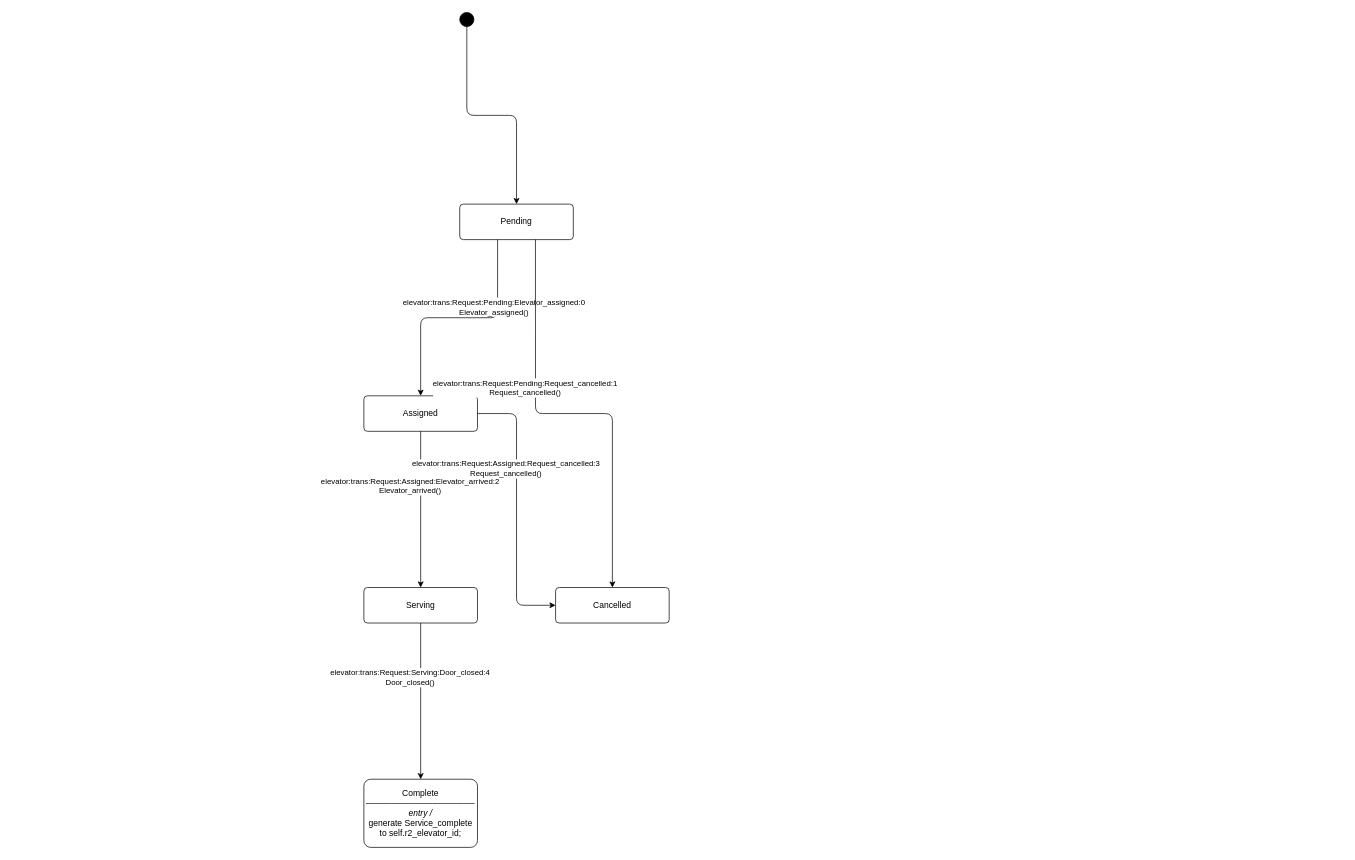
Above: examples/elevator/.design/model/diagrams/Elevator-Request.drawio in BChaloux-Cyn/MDF-Simulator (draw.io), before the change. Source tidied: cells renumbered, new cells numbered last; positions are measured from the earlier drawing's top-left corner, leaving out a move shared by most shapes. Both pictures are drawn from the tidied source at 71%, with x=0, y=0 at pixel (364, 12).
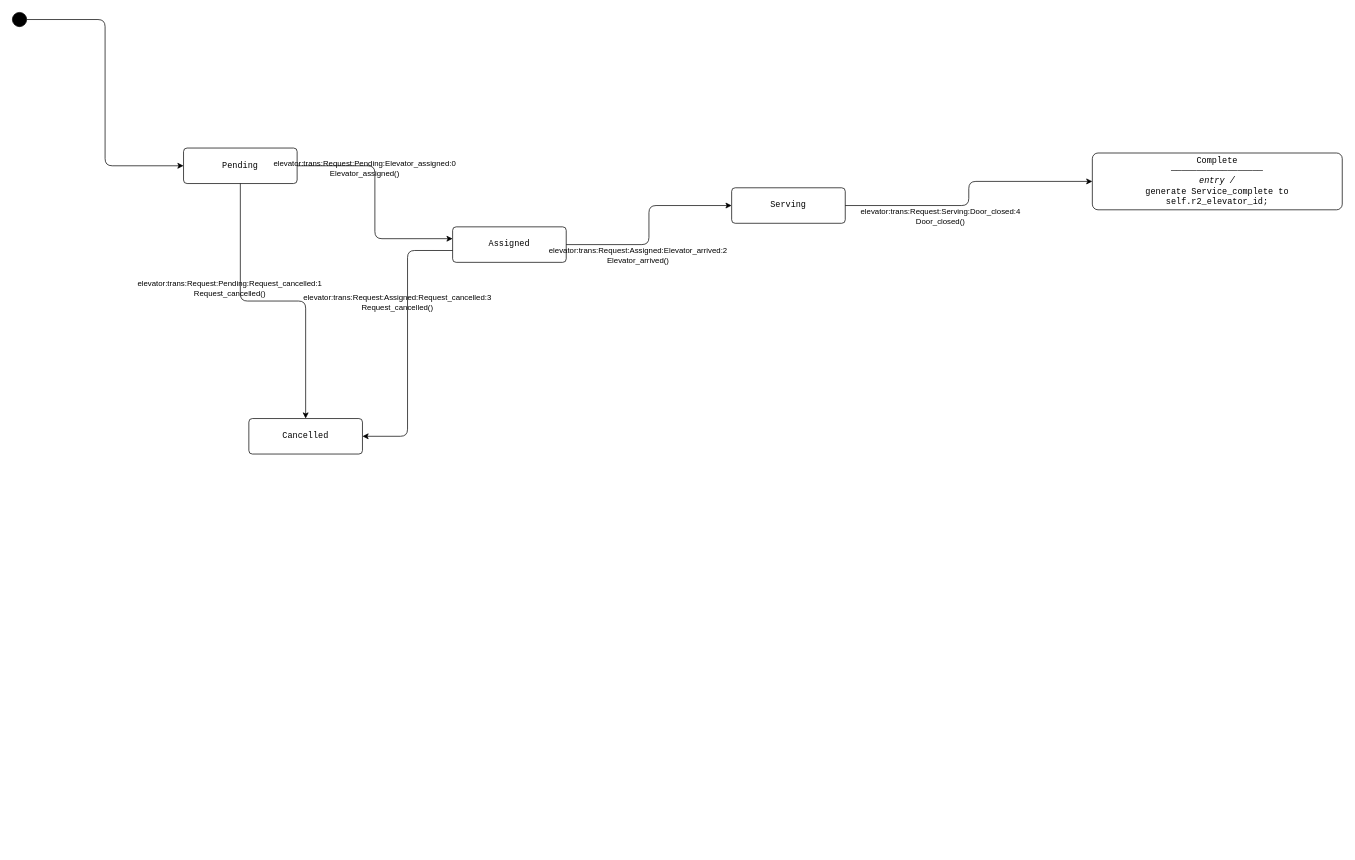
Above is the later version.

Diff of the diagram source:
```diff
@@
-<mxGraphModel>
+<mxGraphModel background="#FFFFFF">
   <root>
     <mxCell id="0" />
     <mxCell id="1" parent="0" />
     <mxCell id="2" style="ellipse;whiteSpace=wrap;html=1;fillColor=#000000;strokeColor=#000000;" parent="1" vertex="1">
-      <mxGeometry x="135" width="20" height="20" as="geometry" />
+      <mxGeometry x="-495" width="20" height="20" as="geometry" />
     </mxCell>
-    <mxCell id="3" value="Pending" style="rounded=1;whiteSpace=wrap;html=1;arcSize=10;" parent="1" vertex="1">
-      <mxGeometry x="135" y="270" width="160" height="50" as="geometry" />
+    <mxCell id="3" value="Pending" style="rounded=1;whiteSpace=wrap;html=1;arcSize=10;fontFamily=Courier New;" parent="1" vertex="1">
+      <mxGeometry x="-254" y="191" width="160" height="50" as="geometry" />
     </mxCell>
-    <mxCell id="4" value="Assigned" style="rounded=1;whiteSpace=wrap;html=1;arcSize=10;" parent="1" vertex="1">
-      <mxGeometry y="540" width="160" height="50" as="geometry" />
+    <mxCell id="4" value="Assigned" style="rounded=1;whiteSpace=wrap;html=1;arcSize=10;fontFamily=Courier New;" parent="1" vertex="1">
+      <mxGeometry x="125" y="302" width="160" height="50" as="geometry" />
     </mxCell>
-    <mxCell id="5" value="Serving" style="rounded=1;whiteSpace=wrap;html=1;arcSize=10;" parent="1" vertex="1">
-      <mxGeometry y="810" width="160" height="50" as="geometry" />
+    <mxCell id="5" value="Serving" style="rounded=1;whiteSpace=wrap;html=1;arcSize=10;fontFamily=Courier New;" parent="1" vertex="1">
+      <mxGeometry x="518" y="247" width="160" height="50" as="geometry" />
     </mxCell>
-    <mxCell id="6" value="Complete&lt;br&gt;──────────────────&lt;br&gt;&lt;i&gt;entry /&lt;/i&gt;&lt;br&gt;generate Service_complete to self.r2_elevator_id;" style="rounded=1;whiteSpace=wrap;html=1;arcSize=10;" parent="1" vertex="1">
-      <mxGeometry y="1080" width="160" height="96" as="geometry" />
+    <mxCell id="6" value="Complete&lt;br&gt;──────────────────&lt;br&gt;&lt;i&gt;entry /&lt;/i&gt;&lt;br&gt;generate Service_complete to self.r2_elevator_id;" style="rounded=1;whiteSpace=wrap;html=1;arcSize=10;fontFamily=Courier New;" parent="1" vertex="1">
+      <mxGeometry x="1026" y="198" width="352" height="80" as="geometry" />
     </mxCell>
-    <mxCell id="7" value="Cancelled" style="rounded=1;whiteSpace=wrap;html=1;arcSize=10;" parent="1" vertex="1">
-      <mxGeometry x="270" y="810" width="160" height="50" as="geometry" />
+    <mxCell id="7" value="Cancelled" style="rounded=1;whiteSpace=wrap;html=1;arcSize=10;fontFamily=Courier New;" parent="1" vertex="1">
+      <mxGeometry x="-162" y="572" width="160" height="50" as="geometry" />
     </mxCell>
-    <mxCell id="8" style="edgeStyle=orthogonalEdgeStyle;html=1;exitX=0.5;exitY=1.0;exitDx=0;exitDy=0;entryX=0.5;entryY=0.0;entryDx=0;entryDy=0;" parent="1" edge="1" source="2" target="3">
+    <mxCell id="8" style="edgeStyle=orthogonalEdgeStyle;html=1;labelBackgroundColor=none;exitX=1.0;exitY=0.5;exitDx=0;exitDy=0;entryX=0.0;entryY=0.5;entryDx=0;entryDy=0;" parent="1" edge="1" source="2" target="3">
       <mxGeometry relative="1" as="geometry" />
     </mxCell>
-    <mxCell id="9" value="elevator:trans:Request:Pending:Elevator_assigned:0&lt;br&gt;Elevator_assigned()" style="edgeStyle=orthogonalEdgeStyle;html=1;exitX=0.3333;exitY=1.0;exitDx=0;exitDy=0;entryX=0.5;entryY=0.0;entryDx=0;entryDy=0;" parent="1" edge="1" source="3" target="4">
+    <mxCell id="9" value="elevator:trans:Request:Pending:Elevator_assigned:0&lt;br&gt;Elevator_assigned()" style="edgeStyle=orthogonalEdgeStyle;html=1;labelBackgroundColor=none;exitX=1.0;exitY=0.5;exitDx=0;exitDy=0;entryX=0.0;entryY=0.3333;entryDx=0;entryDy=0;" parent="1" edge="1" source="3" target="4">
       <mxGeometry x="-0.3" y="-15" relative="1" as="geometry" />
     </mxCell>
-    <mxCell id="10" value="elevator:trans:Request:Pending:Request_cancelled:1&lt;br&gt;Request_cancelled()" style="edgeStyle=orthogonalEdgeStyle;html=1;exitX=0.6667;exitY=1.0;exitDx=0;exitDy=0;entryX=0.5;entryY=0.0;entryDx=0;entryDy=0;" parent="1" edge="1" source="3" target="7">
+    <mxCell id="10" value="elevator:trans:Request:Pending:Request_cancelled:1&lt;br&gt;Request_cancelled()" style="edgeStyle=orthogonalEdgeStyle;html=1;labelBackgroundColor=none;exitX=0.5;exitY=1.0;exitDx=0;exitDy=0;entryX=0.5;entryY=0.0;entryDx=0;entryDy=0;" parent="1" edge="1" source="3" target="7">
       <mxGeometry x="-0.3" y="-15" relative="1" as="geometry" />
     </mxCell>
-    <mxCell id="11" value="elevator:trans:Request:Assigned:Elevator_arrived:2&lt;br&gt;Elevator_arrived()" style="edgeStyle=orthogonalEdgeStyle;html=1;exitX=0.5;exitY=1.0;exitDx=0;exitDy=0;entryX=0.5;entryY=0.0;entryDx=0;entryDy=0;" parent="1" edge="1" source="4" target="5">
+    <mxCell id="11" value="elevator:trans:Request:Assigned:Elevator_arrived:2&lt;br&gt;Elevator_arrived()" style="edgeStyle=orthogonalEdgeStyle;html=1;labelBackgroundColor=none;exitX=1.0;exitY=0.5;exitDx=0;exitDy=0;entryX=0.0;entryY=0.5;entryDx=0;entryDy=0;" parent="1" edge="1" source="4" target="5">
       <mxGeometry x="-0.3" y="-15" relative="1" as="geometry" />
     </mxCell>
-    <mxCell id="12" value="elevator:trans:Request:Assigned:Request_cancelled:3&lt;br&gt;Request_cancelled()" style="edgeStyle=orthogonalEdgeStyle;html=1;exitX=1.0;exitY=0.5;exitDx=0;exitDy=0;entryX=0.0;entryY=0.5;entryDx=0;entryDy=0;" parent="1" edge="1" source="4" target="7">
+    <mxCell id="12" value="elevator:trans:Request:Assigned:Request_cancelled:3&lt;br&gt;Request_cancelled()" style="edgeStyle=orthogonalEdgeStyle;html=1;labelBackgroundColor=none;exitX=0.0;exitY=0.6667;exitDx=0;exitDy=0;entryX=1.0;entryY=0.5;entryDx=0;entryDy=0;" parent="1" edge="1" source="4" target="7">
       <mxGeometry x="-0.3" y="-15" relative="1" as="geometry" />
     </mxCell>
-    <mxCell id="13" value="elevator:trans:Request:Serving:Door_closed:4&lt;br&gt;Door_closed()" style="edgeStyle=orthogonalEdgeStyle;html=1;exitX=0.5;exitY=1.0;exitDx=0;exitDy=0;entryX=0.5;entryY=0.0;entryDx=0;entryDy=0;" parent="1" edge="1" source="5" target="6">
+    <mxCell id="13" value="elevator:trans:Request:Serving:Door_closed:4&lt;br&gt;Door_closed()" style="edgeStyle=orthogonalEdgeStyle;html=1;labelBackgroundColor=none;exitX=1.0;exitY=0.5;exitDx=0;exitDy=0;entryX=0.0;entryY=0.5;entryDx=0;entryDy=0;" parent="1" edge="1" source="5" target="6">
       <mxGeometry x="-0.3" y="-15" relative="1" as="geometry" />
     </mxCell>
   </root>
 </mxGraphModel>
```
